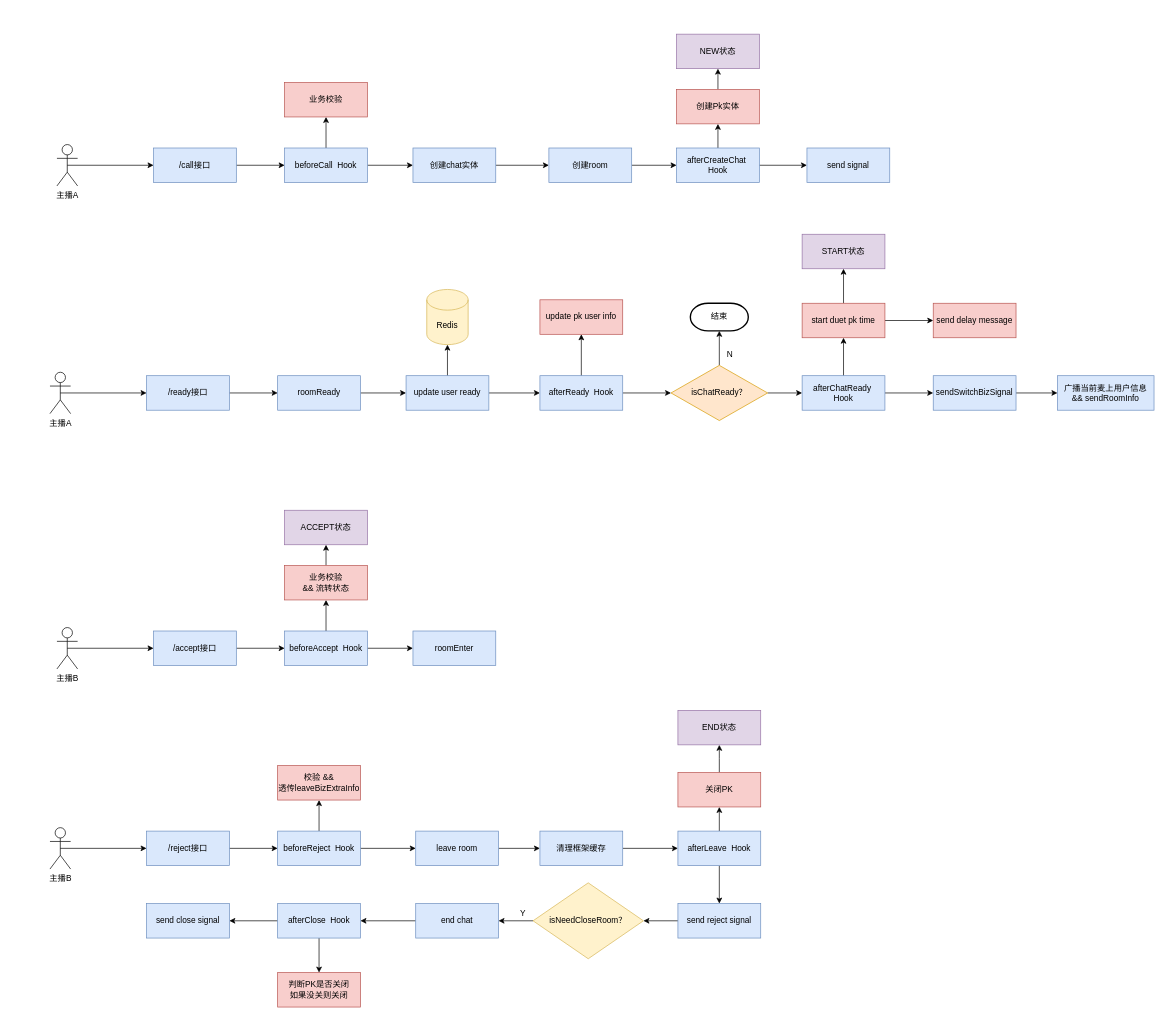
Earlier version of the draw.io diagram PK.drawio (fengyn1218/draw-pic). Source tidied: cells renumbered, new cells numbered last; positions are measured from the earlier drawing's top-left corner, leaving out a move shared by most shapes. Both pictures are drawn from the tidied source at 69%, with x=0, y=0 at pixel (50, 34).
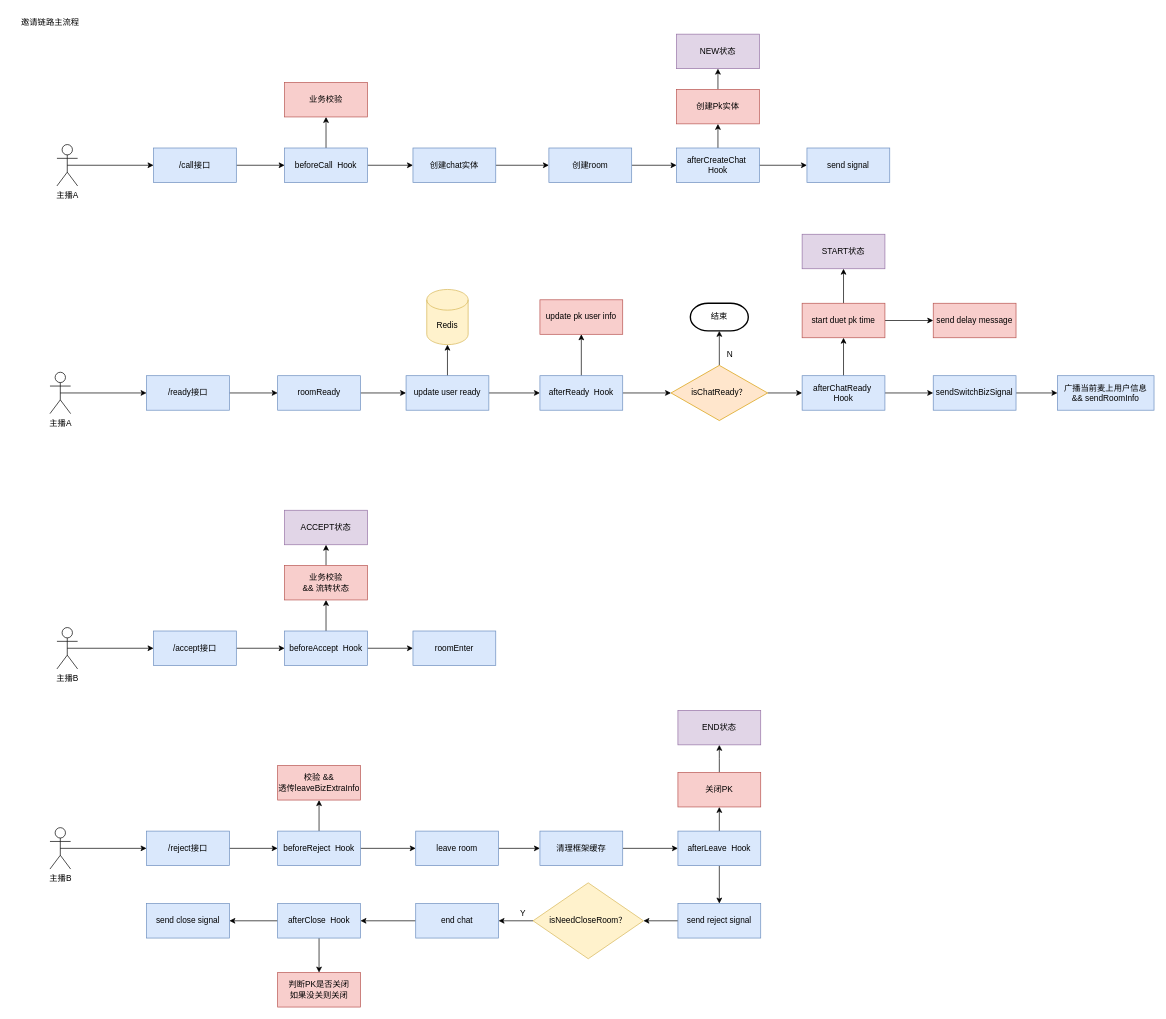
Above is the later version.

Change to the diagram source:
```diff
@@
+    <mxCell id="92" value="邀请链路主流程" style="text;html=1;align=center;verticalAlign=middle;strokeColor=none;fillColor=none;" parent="1" vertex="1">
+      <mxGeometry x="-55" y="-32" width="110" height="30" as="geometry" />
+    </mxCell>
```
